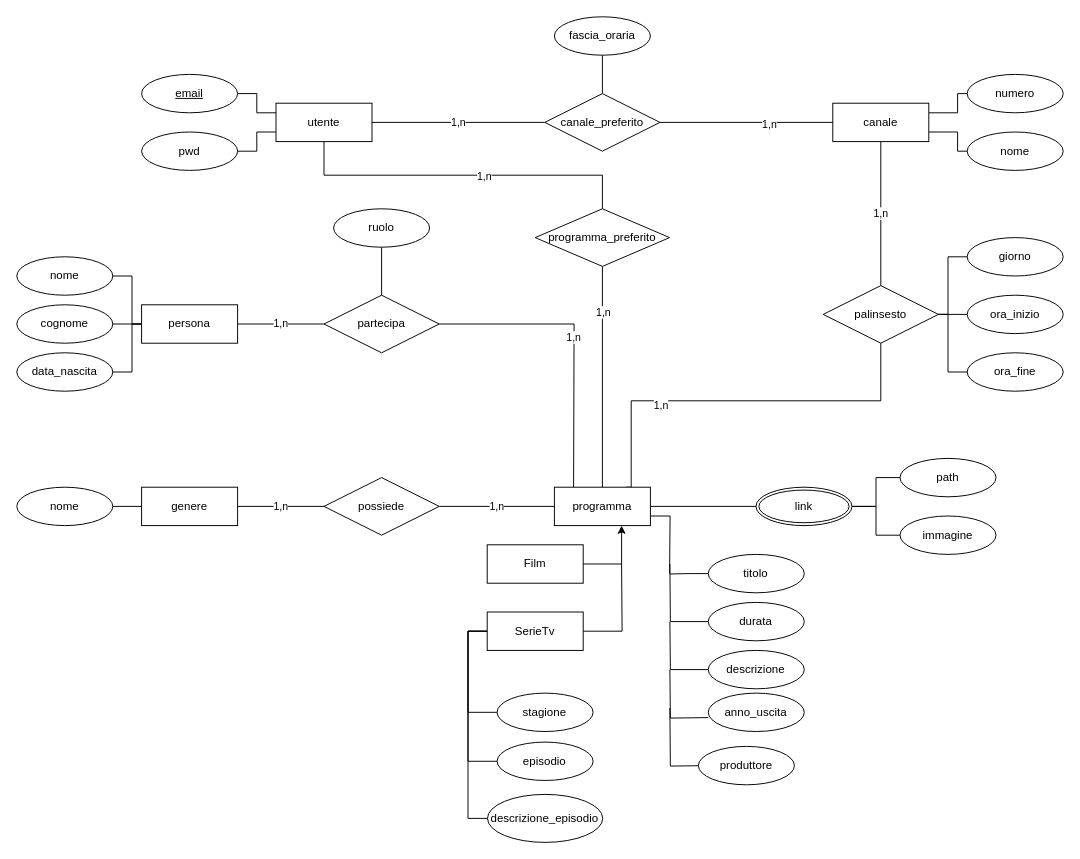
Before: page "Normal" (1 of 2) of Doc/Er_Definitivo.drawio in Caprielos/Lbd, a draw.io diagram. Source tidied: cells renumbered, new cells numbered last; positions are measured from the earlier drawing's top-left corner, leaving out a move shared by most shapes. Both pictures are drawn from the tidied source at 96%, with x=0, y=0 at pixel (16, 16).
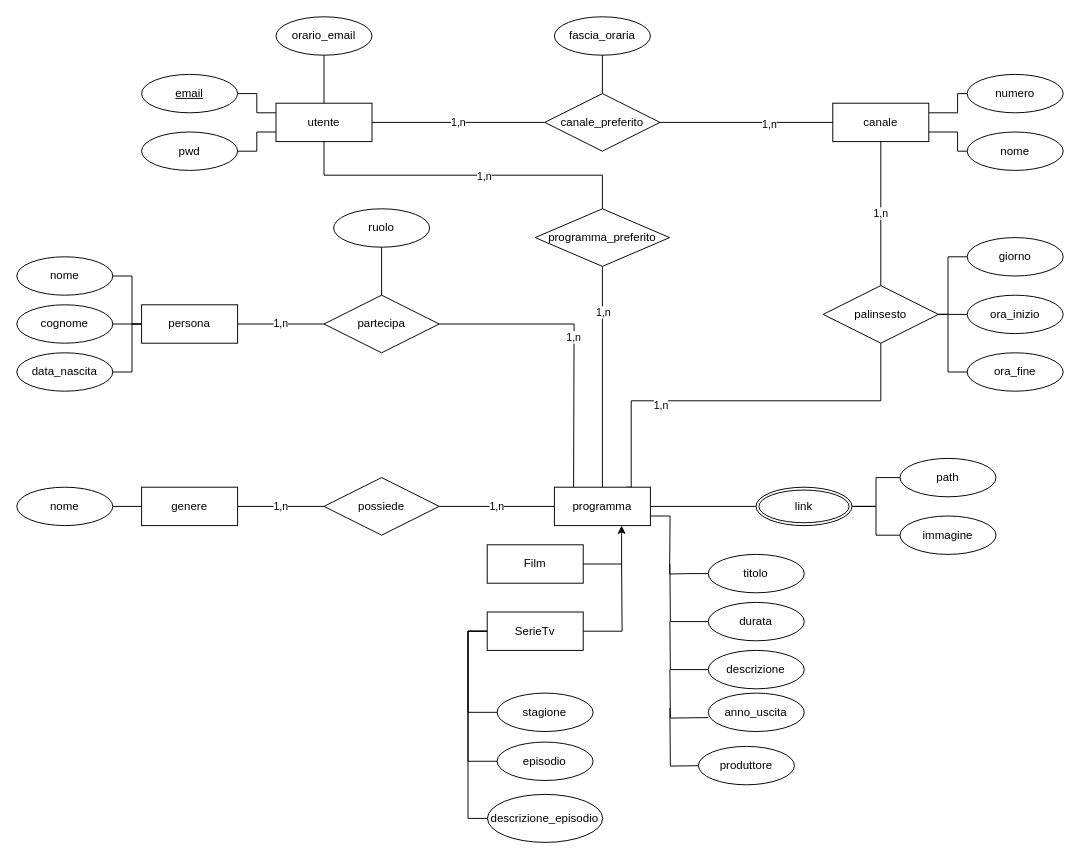
Above is the later version.

The change refers to these unchanged cells:
```xml
<mxCell id="5" value="utente" style="whiteSpace=wrap;html=1;align=center;" parent="1" vertex="1">
  <mxGeometry x="270" y="90" width="100" height="40" as="geometry" />
</mxCell>
```

Change to the diagram source:
```diff
@@
+    <mxCell id="79" style="edgeStyle=orthogonalEdgeStyle;rounded=0;jettySize=auto;html=1;endArrow=none;endFill=0;" parent="1" edge="1" source="80" target="5">
+      <mxGeometry relative="1" as="geometry" />
+    </mxCell>
+    <mxCell id="80" value="orario_email" style="ellipse;whiteSpace=wrap;html=1;align=center;" parent="1" vertex="1">
+      <mxGeometry x="270" width="100" height="40" as="geometry" />
+    </mxCell>
```
